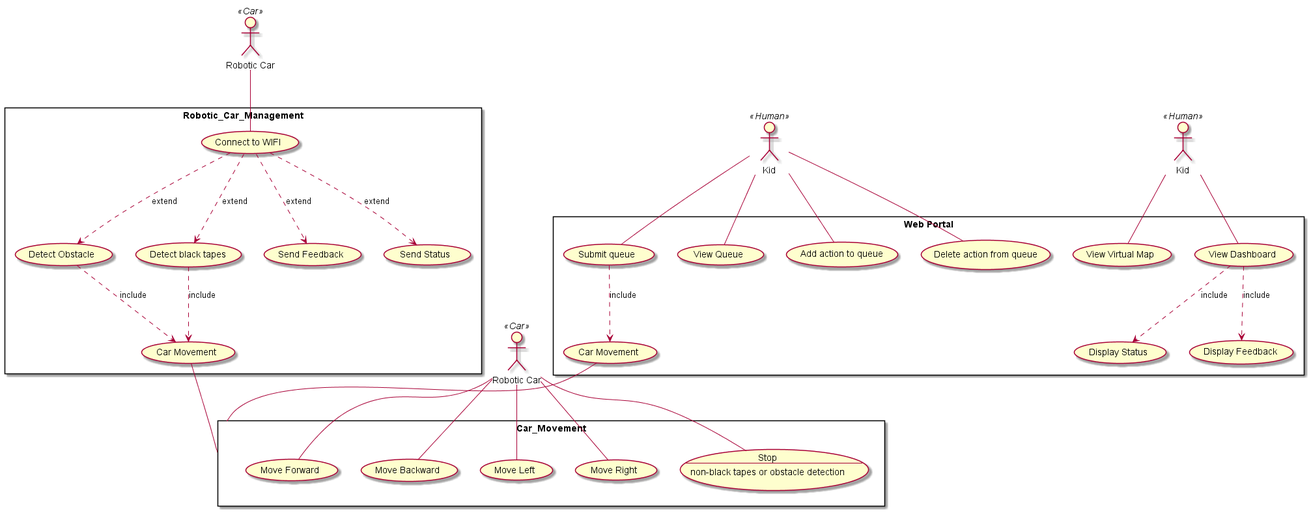
Earlier version of the PlantUML export Project Use-Case-Diagram copy.png (DanielFYJ/2101-2201-Project).
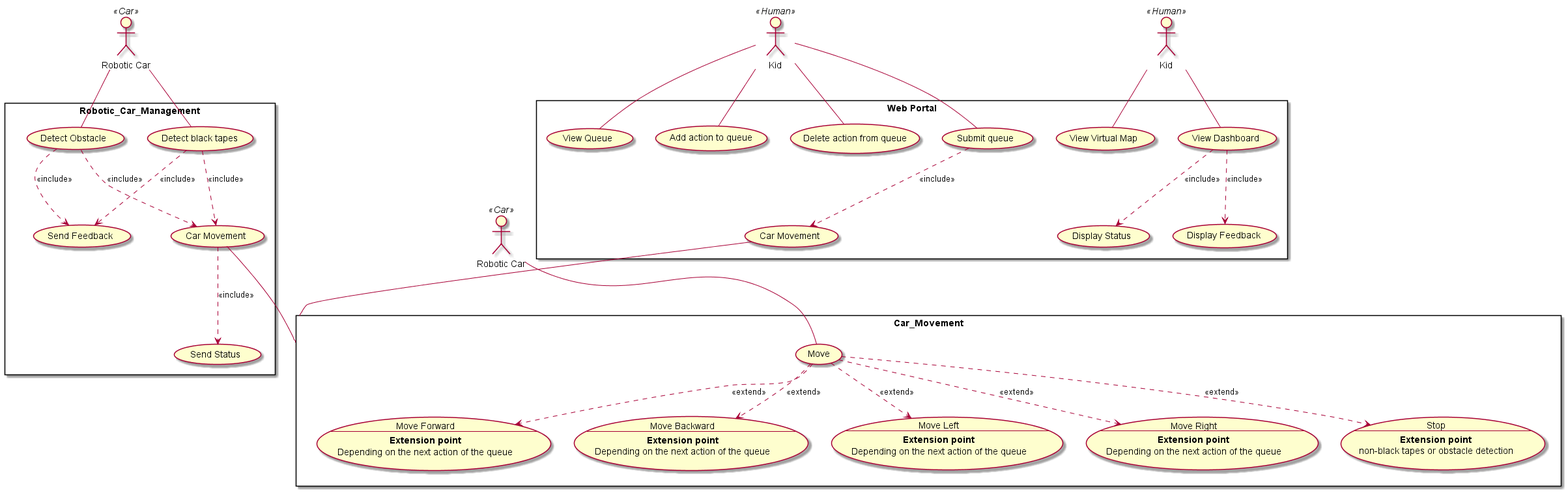
Above is the later version.

The edit, as a diff of the source:
```diff
@@ -17,23 +17,31 @@
 }
 
 rectangle "Robotic_Car_Management" {
-    usecase "Connect to WIFI" as CW
-    usecase "Detect Obstacle" as UC16
-    usecase "Detect black tapes" as UC20
-    usecase "Send Feedback" as UC22
-    usecase "Send Status" as UC24
+    usecase UC16 as "Detect Obstacle"
+    usecase UC20 as "Detect black tapes"
+    usecase UC22 as "Send Feedback"
+    usecase UC24 as "Send Status"
     usecase "Car Movement" as CM2
 }
 
 rectangle "Car_Movement" {
-    usecase "Move Forward" as UC12
-    usecase "Move Backward" as UC13
-    usecase "Move Left" as UC14
-    usecase "Move Right" as UC15
+    usecase "Move" as MV
+    usecase UC12 as "Move Forward
+    --
+    **Extension point**\nDepending on the next action of the queue"
+    usecase UC13 as "Move Backward
+    --
+    **Extension point**\nDepending on the next action of the queue"
+    usecase UC14 as "Move Left
+    --
+    **Extension point**\nDepending on the next action of the queue"
+    usecase UC15 as "Move Right
+    --
+    **Extension point**\nDepending on the next action of the queue"
     usecase UC19 as "
     Stop
     --
-    non-black tapes or obstacle detection"
+    **Extension point**\nnon-black tapes or obstacle detection"
 }
 
     CM1 -- Car_Movement
@@ -47,24 +55,26 @@
     kid2 -- UC9
     kid2 -- UC10
 
-    Car -- CW
-    CW ..> UC16 : extend
-    CW ..> UC20 : extend
-    CW ..> UC22 : extend
-    CW ..> UC24 : extend
+    Car -- UC16
+    Car -- UC20
+    CM2 ..> UC24 : <<include>>
+    UC16 ..> UC22 : <<include>>
+    UC20 ..> UC22 : <<include>>
 
-    Car2 -- UC12
-    Car2 -- UC13
-    Car2 -- UC14
-    Car2 -- UC15
-    Car2 -- UC19
+    Car2 -- MV
+    MV ..> UC12 : <<extend>>
+    MV ..> UC13 : <<extend>>
+    MV ..> UC14 : <<extend>>
+    MV ..> UC15 : <<extend>>
+    MV ..> UC19 : <<extend>>
 
-    UC16 ..> CM2 : include
-    UC20 ..> CM2 : include
-    UC10 ..> CM1 : include
 
-    UC4 ..> UC2 : include
-    UC4 ..> UC23 : include
+    UC16 ..> CM2 : <<include>>
+    UC20 ..> CM2 : <<include>>
+    UC10 ..> CM1 : <<include>>
+
+    UC4 ..> UC2 : <<include>>
+    UC4 ..> UC23 : <<include>>
 
 
 
```
